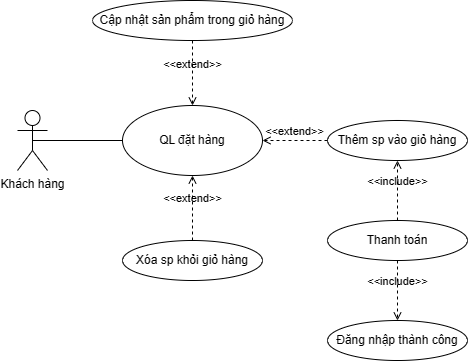
hieuNV0871/da keeps this draw.io diagram as UC/imgs/UC_QUANLYDATHANG.drawio.png. Above is the earlier version. Source tidied: cells renumbered, new cells last; positions are measured from the earlier drawing's top-left corner, leaving out a move shared by most shapes.
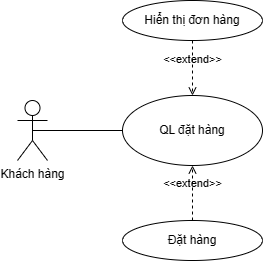
After the commit.

What changed in the source:
```diff
@@ -8,38 +8,20 @@
     <mxCell id="3" value="QL đặt hàng" style="ellipse;whiteSpace=wrap;html=1;" parent="1" vertex="1">
       <mxGeometry x="105" y="105" width="140" height="70" as="geometry" />
     </mxCell>
-    <mxCell id="4" value="Đăng nhập thành công" style="ellipse;whiteSpace=wrap;html=1;" parent="1" vertex="1">
-      <mxGeometry x="310" y="320" width="140" height="40" as="geometry" />
-    </mxCell>
-    <mxCell id="5" value="Thêm sp vào giỏ hàng" style="ellipse;whiteSpace=wrap;html=1;" parent="1" vertex="1">
-      <mxGeometry x="310" y="120" width="140" height="40" as="geometry" />
+    <mxCell id="5" value="Hiển thị đơn hàng" style="ellipse;whiteSpace=wrap;html=1;" parent="1" vertex="1">
+      <mxGeometry x="105" y="10" width="140" height="40" as="geometry" />
     </mxCell>
-    <mxCell id="6" value="&amp;lt;&amp;lt;extend&amp;gt;&amp;gt;" style="html=1;verticalAlign=bottom;labelBackgroundColor=none;endArrow=open;endFill=0;dashed=1;rounded=0;entryX=1;entryY=0.5;entryDx=0;entryDy=0;exitX=0;exitY=0.5;exitDx=0;exitDy=0;" parent="1" edge="1" source="5" target="3">
+    <mxCell id="6" value="&amp;lt;&amp;lt;extend&amp;gt;&amp;gt;" style="html=1;verticalAlign=bottom;labelBackgroundColor=none;endArrow=open;endFill=0;dashed=1;rounded=0;entryX=0.5;entryY=0;entryDx=0;entryDy=0;exitX=0.5;exitY=1;exitDx=0;exitDy=0;" parent="1" edge="1" source="5" target="3">
       <mxGeometry relative="1" as="geometry" />
     </mxCell>
-    <mxCell id="7" value="&amp;lt;&amp;lt;include&amp;gt;&amp;gt;" style="html=1;verticalAlign=bottom;labelBackgroundColor=none;endArrow=open;endFill=0;dashed=1;rounded=0;entryX=0.5;entryY=0;entryDx=0;entryDy=0;exitX=0.5;exitY=1;exitDx=0;exitDy=0;" parent="1" edge="1" source="12" target="4">
-      <mxGeometry relative="1" as="geometry" />
-    </mxCell>
     <mxCell id="8" style="endArrow=none;html=1;rounded=0;exitX=0.5;exitY=0.5;exitDx=0;exitDy=0;exitPerimeter=0;entryX=0;entryY=0.5;entryDx=0;entryDy=0;" parent="1" edge="1" source="2" target="3">
       <mxGeometry relative="1" as="geometry" />
     </mxCell>
-    <mxCell id="9" value="Xóa sp khỏi giỏ hàng" style="ellipse;whiteSpace=wrap;html=1;" parent="1" vertex="1">
-      <mxGeometry x="105" y="240" width="140" height="40" as="geometry" />
-    </mxCell>
-    <mxCell id="10" value="&amp;lt;&amp;lt;extend&amp;gt;&amp;gt;" style="html=1;verticalAlign=bottom;labelBackgroundColor=none;endArrow=open;endFill=0;dashed=1;rounded=0;entryX=0.5;entryY=1;entryDx=0;entryDy=0;exitX=0.5;exitY=0;exitDx=0;exitDy=0;" parent="1" edge="1" source="9" target="3">
+    <mxCell id="10" value="&amp;lt;&amp;lt;extend&amp;gt;&amp;gt;" style="html=1;verticalAlign=bottom;labelBackgroundColor=none;endArrow=open;endFill=0;dashed=1;rounded=0;entryX=0.5;entryY=1;entryDx=0;entryDy=0;exitX=0.5;exitY=0;exitDx=0;exitDy=0;" parent="1" edge="1" source="15" target="3">
       <mxGeometry relative="1" as="geometry" />
     </mxCell>
-    <mxCell id="11" value="Cập nhật sản phẩm trong giỏ hàng" style="ellipse;whiteSpace=wrap;html=1;" parent="1" vertex="1">
-      <mxGeometry x="75" width="200" height="40" as="geometry" />
-    </mxCell>
-    <mxCell id="12" value="Thanh toán" style="ellipse;whiteSpace=wrap;html=1;" parent="1" vertex="1">
-      <mxGeometry x="310" y="220" width="140" height="40" as="geometry" />
-    </mxCell>
-    <mxCell id="13" value="&amp;lt;&amp;lt;include&amp;gt;&amp;gt;" style="html=1;verticalAlign=bottom;labelBackgroundColor=none;endArrow=open;endFill=0;dashed=1;rounded=0;entryX=0.5;entryY=1;entryDx=0;entryDy=0;exitX=0.5;exitY=0;exitDx=0;exitDy=0;" parent="1" edge="1" source="12" target="5">
-      <mxGeometry relative="1" as="geometry" />
-    </mxCell>
-    <mxCell id="14" value="&amp;lt;&amp;lt;extend&amp;gt;&amp;gt;" style="html=1;verticalAlign=bottom;labelBackgroundColor=none;endArrow=open;endFill=0;dashed=1;rounded=0;entryX=0.5;entryY=0;entryDx=0;entryDy=0;exitX=0.5;exitY=1;exitDx=0;exitDy=0;" parent="1" edge="1" source="11" target="3">
-      <mxGeometry relative="1" as="geometry" />
-    </mxCell>
+    <mxCell id="15" value="Đặt hàng" style="ellipse;whiteSpace=wrap;html=1;" parent="1" vertex="1">
+      <mxGeometry x="105" y="230" width="140" height="40" as="geometry" />
+    </mxCell>
   </root>
 </mxGraphModel>
```
